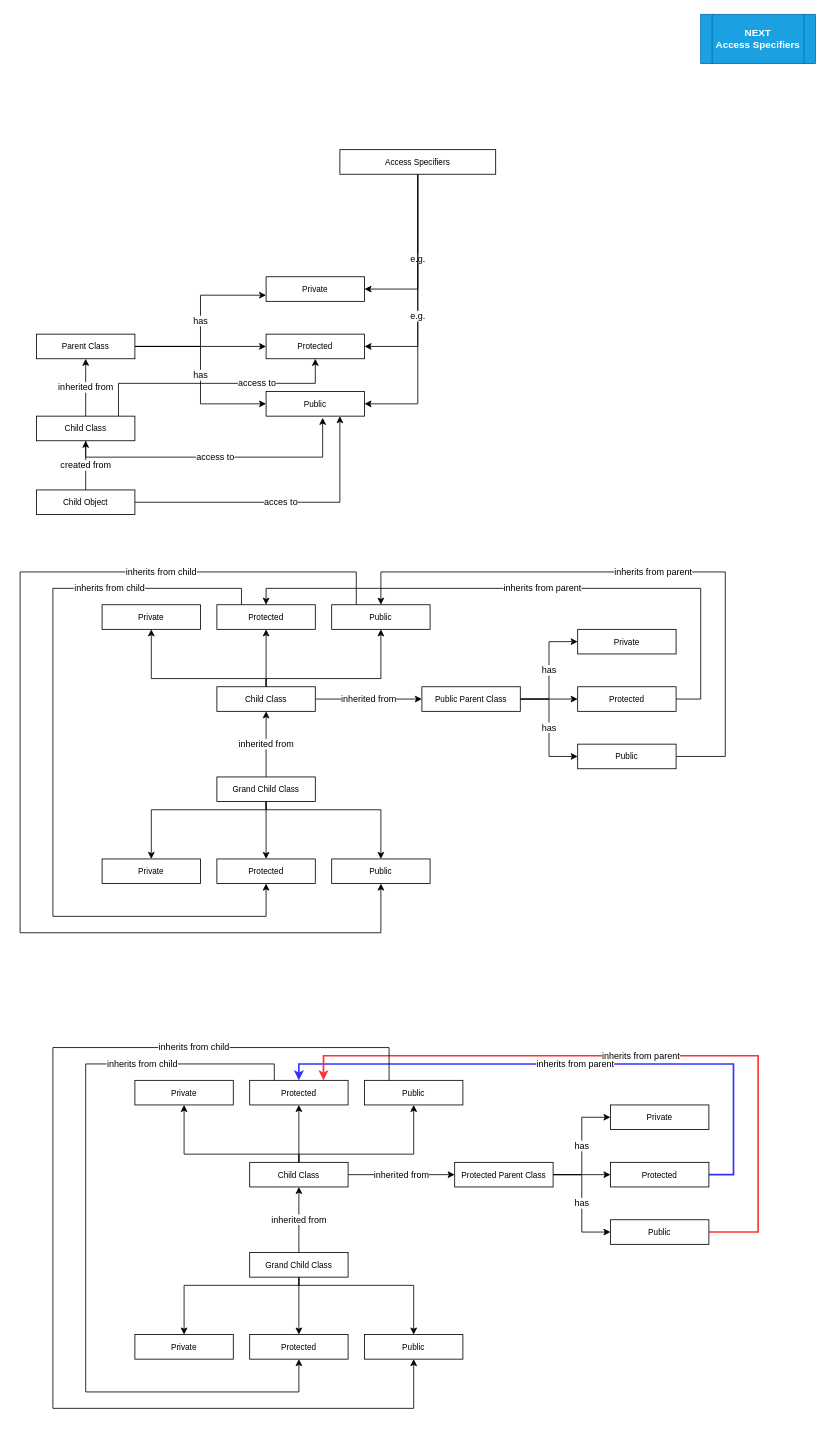
Earlier version of the draw.io diagram page "Access Specifiers (10)" (11 of 17) of revision/Supplementary/Mindmapcpp.drawio (BSCdfdff/LearnCppProgramming). Source tidied: cells renumbered, new cells numbered last; positions are measured from the earlier drawing's top-left corner, leaving out a move shared by most shapes. Both pictures are drawn from the tidied source at 82%, with x=0, y=0 at pixel (20, 14).
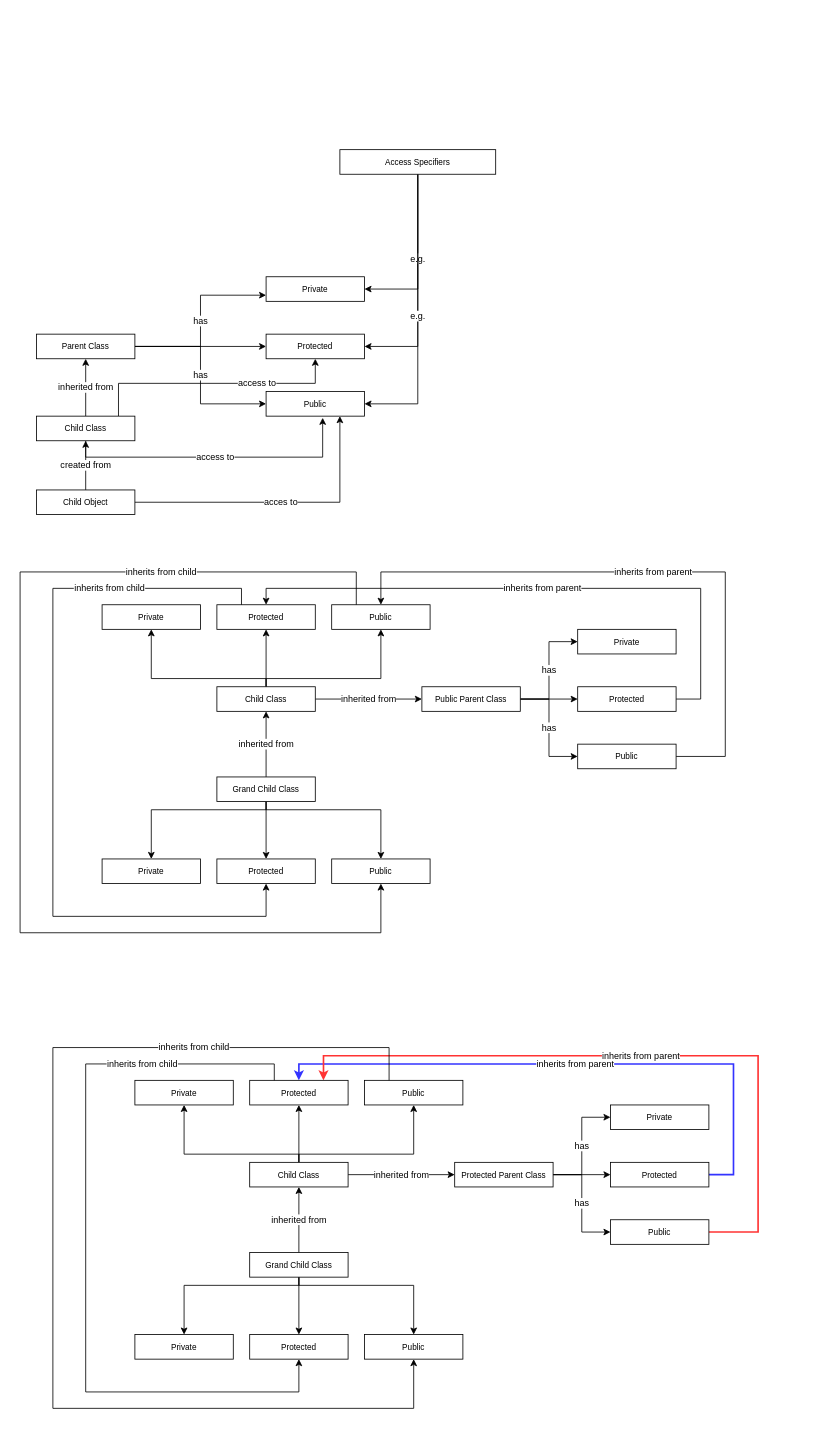
Above is the later version.

Diff of the diagram source:
```diff
@@
-    <mxCell id="6" value="NEXT&lt;br&gt;Access Specifiers" style="shape=process;whiteSpace=wrap;html=1;backgroundOutline=1;rounded=0;shadow=0;fillColor=#1ba1e2;strokeColor=#006EAF;fontColor=#ffffff;fontStyle=1;fontFamily=Montserrat;FType=g;" parent="1" vertex="1">
-      <mxGeometry x="830" width="140" height="60" as="geometry" />
-    </mxCell>
```
